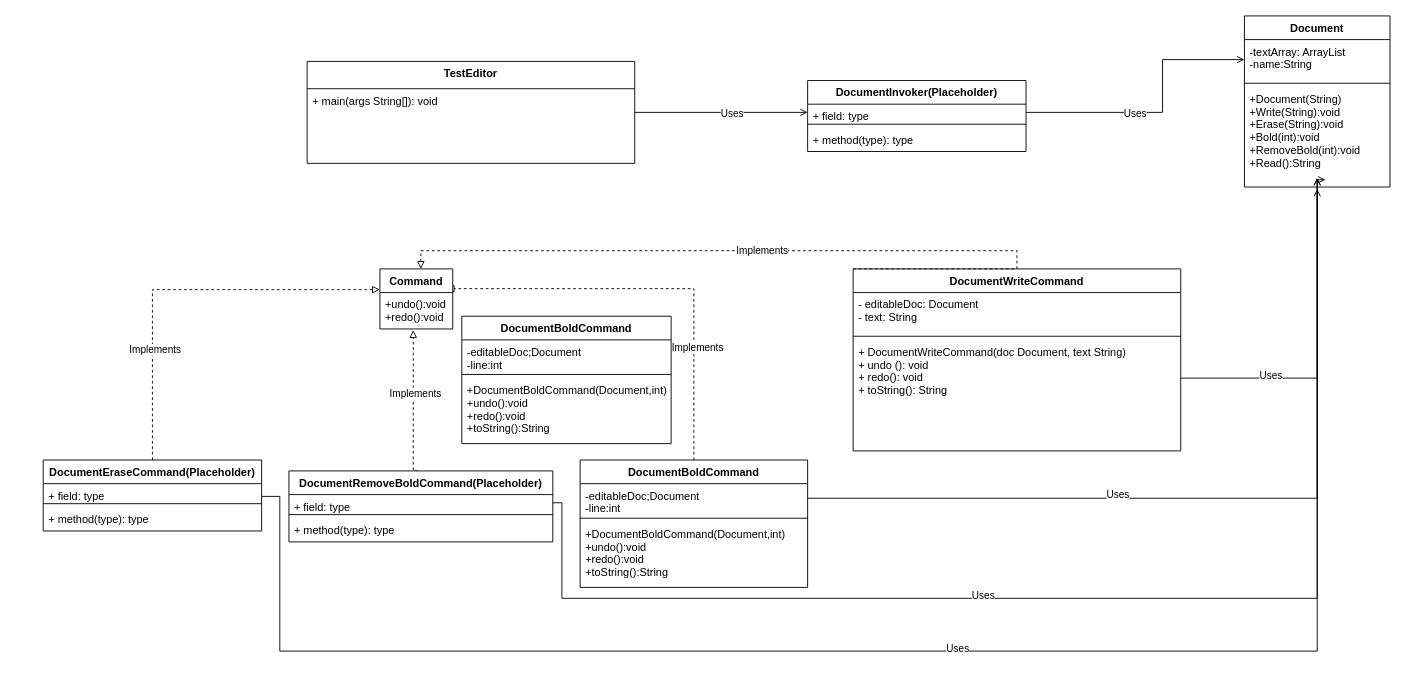
Above: Final_UML.drawio in Dragonwk/Team-3-UML-Project (draw.io), before the change. Source tidied: cells renumbered, new cells numbered last; positions are measured from the earlier drawing's top-left corner, leaving out a move shared by most shapes. Both pictures are drawn from the tidied source at 91%, with x=0, y=0 at pixel (43, 15).
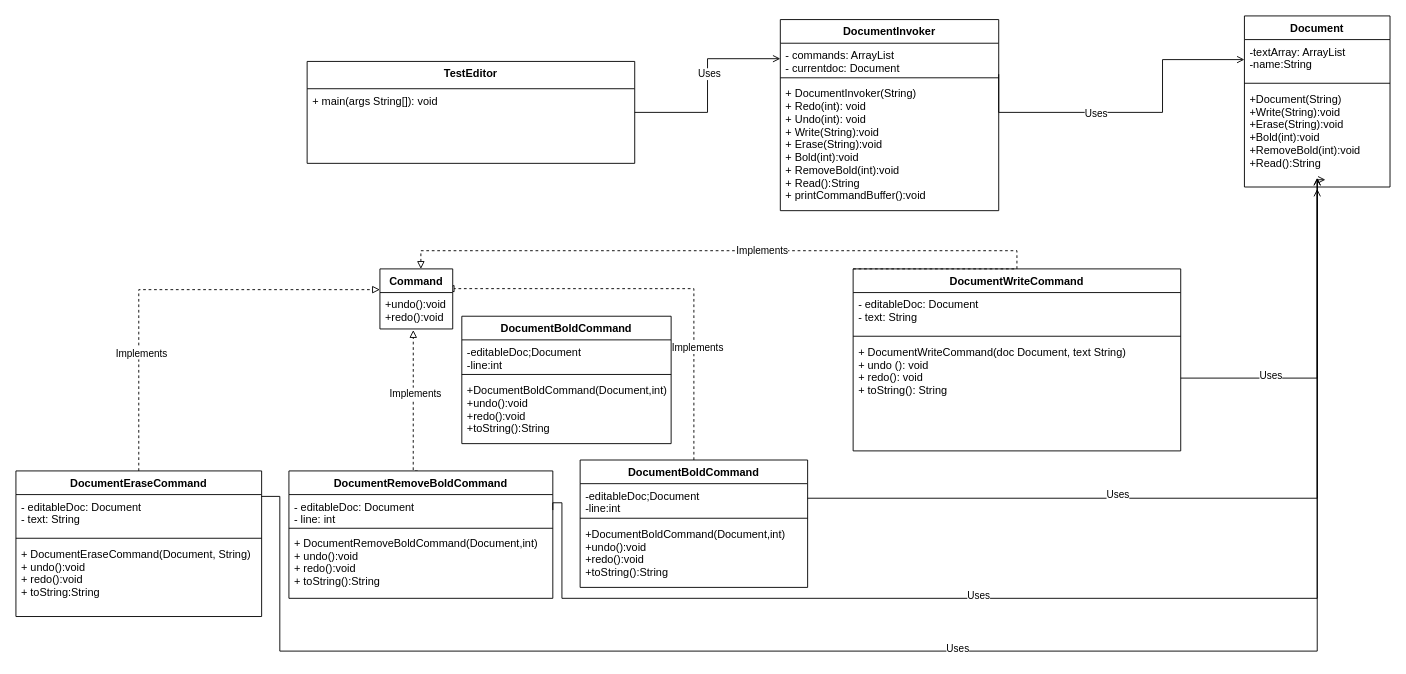
Above is the later version.

The change refers to these unchanged cells:
```xml
<mxCell id="11" value="-textArray: ArrayList&#10;-name:String" style="text;strokeColor=none;fillColor=none;align=left;verticalAlign=top;spacingLeft=4;spacingRight=4;overflow=hidden;points=[[0,0.5],[1,0.5]];portConstraint=eastwest;" parent="10" vertex="1">
  <mxGeometry y="26" width="160" height="44" as="geometry" />
</mxCell>
```

Diff of the diagram source:
```diff
@@
-    <mxCell id="22" value="DocumentEraseCommand(Placeholder)" style="swimlane;fontStyle=1;align=center;verticalAlign=top;horizontal=1;startSize=26;" parent="1" vertex="1">
-      <mxGeometry y="488" width="240" height="78" as="geometry" />
+    <mxCell id="22" value="DocumentEraseCommand" style="swimlane;fontStyle=1;align=center;verticalAlign=top;horizontal=1;startSize=26;" parent="1" vertex="1">
+      <mxGeometry x="-30" y="500" width="270" height="160" as="geometry" />
     </mxCell>
-    <mxCell id="23" value="+ field: type" style="text;strokeColor=none;fillColor=none;align=left;verticalAlign=top;spacingLeft=4;spacingRight=4;overflow=hidden;" parent="22" vertex="1">
-      <mxGeometry y="26" width="240" height="18" as="geometry" />
+    <mxCell id="23" value="- editableDoc: Document&#10;- text: String" style="text;strokeColor=none;fillColor=none;align=left;verticalAlign=top;spacingLeft=4;spacingRight=4;overflow=hidden;" parent="22" vertex="1">
+      <mxGeometry y="26" width="270" height="44" as="geometry" />
     </mxCell>
     <mxCell id="24" style="line;strokeWidth=1;fillColor=none;align=left;verticalAlign=middle;spacingTop=-1;spacingLeft=3;spacingRight=3;labelPosition=right;" parent="22" vertex="1">
-      <mxGeometry y="44" width="240" height="8" as="geometry" />
+      <mxGeometry y="70" width="270" height="8" as="geometry" />
     </mxCell>
-    <mxCell id="25" value="+ method(type): type" style="text;strokeColor=none;fillColor=none;align=left;verticalAlign=top;spacingLeft=4;spacingRight=4;overflow=hidden;" parent="22" vertex="1">
-      <mxGeometry y="52" width="240" height="26" as="geometry" />
+    <mxCell id="25" value="+ DocumentEraseCommand(Document, String)&#10;+ undo():void&#10;+ redo():void&#10;+ toString:String" style="text;strokeColor=none;fillColor=none;align=left;verticalAlign=top;spacingLeft=4;spacingRight=4;overflow=hidden;" parent="22" vertex="1">
+      <mxGeometry y="78" width="270" height="82" as="geometry" />
     </mxCell>
@@
-    <mxCell id="28" value="DocumentRemoveBoldCommand(Placeholder)" style="swimlane;fontStyle=1;align=center;verticalAlign=top;horizontal=1;startSize=26;" parent="1" vertex="1">
-      <mxGeometry x="270" y="500" width="290" height="78" as="geometry" />
+    <mxCell id="28" value="DocumentRemoveBoldCommand" style="swimlane;fontStyle=1;align=center;verticalAlign=top;horizontal=1;startSize=26;" parent="1" vertex="1">
+      <mxGeometry x="270" y="500" width="290" height="140" as="geometry" />
     </mxCell>
-    <mxCell id="29" value="+ field: type" style="text;strokeColor=none;fillColor=none;align=left;verticalAlign=top;spacingLeft=4;spacingRight=4;overflow=hidden;points=[[0,0.5],[1,0.5]];portConstraint=eastwest;" parent="28" vertex="1">
-      <mxGeometry y="26" width="290" height="18" as="geometry" />
+    <mxCell id="29" value="- editableDoc: Document&#10;- line: int&#10;&#10;" style="text;strokeColor=none;fillColor=none;align=left;verticalAlign=top;spacingLeft=4;spacingRight=4;overflow=hidden;points=[[0,0.5],[1,0.5]];portConstraint=eastwest;" parent="28" vertex="1">
+      <mxGeometry y="26" width="290" height="34" as="geometry" />
     </mxCell>
     <mxCell id="30" style="line;strokeWidth=1;fillColor=none;align=left;verticalAlign=middle;spacingTop=-1;spacingLeft=3;spacingRight=3;labelPosition=right;" parent="28" vertex="1">
-      <mxGeometry y="44" width="290" height="8" as="geometry" />
+      <mxGeometry y="60" width="290" height="6" as="geometry" />
     </mxCell>
-    <mxCell id="31" value="+ method(type): type" style="text;strokeColor=none;fillColor=none;align=left;verticalAlign=top;spacingLeft=4;spacingRight=4;overflow=hidden;" parent="28" vertex="1">
-      <mxGeometry y="52" width="290" height="26" as="geometry" />
+    <mxCell id="31" value="+ DocumentRemoveBoldCommand(Document,int)&#10;+ undo():void&#10;+ redo():void&#10;+ toString():String" style="text;strokeColor=none;fillColor=none;align=left;verticalAlign=top;spacingLeft=4;spacingRight=4;overflow=hidden;" parent="28" vertex="1">
+      <mxGeometry y="66" width="290" height="74" as="geometry" />
     </mxCell>
-    <mxCell id="32" value="DocumentInvoker(Placeholder)" style="swimlane;fontStyle=1;align=center;verticalAlign=top;horizontal=1;startSize=26;" parent="1" vertex="1">
-      <mxGeometry x="840" y="71" width="240" height="78" as="geometry" />
+    <mxCell id="32" value="DocumentInvoker" style="swimlane;fontStyle=1;align=center;verticalAlign=top;horizontal=1;startSize=26;" parent="1" vertex="1">
+      <mxGeometry x="810" y="4" width="240" height="210" as="geometry" />
     </mxCell>
-    <mxCell id="33" value="+ field: type" style="text;strokeColor=none;fillColor=none;align=left;verticalAlign=top;spacingLeft=4;spacingRight=4;overflow=hidden;points=[[0,0.5],[1,0.5]];portConstraint=eastwest;" parent="32" vertex="1">
-      <mxGeometry y="26" width="240" height="18" as="geometry" />
+    <mxCell id="33" value="- commands: ArrayList&#10;- currentdoc: Document" style="text;strokeColor=none;fillColor=none;align=left;verticalAlign=top;spacingLeft=4;spacingRight=4;overflow=hidden;points=[[0,0.5],[1,0.5]];portConstraint=eastwest;" parent="32" vertex="1">
+      <mxGeometry y="26" width="240" height="34" as="geometry" />
     </mxCell>
     <mxCell id="34" style="line;strokeWidth=1;fillColor=none;align=left;verticalAlign=middle;spacingTop=-1;spacingLeft=3;spacingRight=3;labelPosition=right;" parent="32" vertex="1">
-      <mxGeometry y="44" width="240" height="8" as="geometry" />
+      <mxGeometry y="60" width="240" height="8" as="geometry" />
     </mxCell>
-    <mxCell id="35" value="+ method(type): type" style="text;strokeColor=none;fillColor=none;align=left;verticalAlign=top;spacingLeft=4;spacingRight=4;overflow=hidden;" parent="32" vertex="1">
-      <mxGeometry y="52" width="240" height="26" as="geometry" />
+    <mxCell id="35" value="+ DocumentInvoker(String)&#10;+ Redo(int): void&#10;+ Undo(int): void&#10;+ Write(String):void&#10;+ Erase(String):void&#10;+ Bold(int):void&#10;+ RemoveBold(int):void&#10;+ Read():String&#10;+ printCommandBuffer():void" style="text;strokeColor=none;fillColor=none;align=left;verticalAlign=top;spacingLeft=4;spacingRight=4;overflow=hidden;" parent="32" vertex="1">
+      <mxGeometry y="68" width="240" height="142" as="geometry" />
     </mxCell>
@@
     <mxCell id="38" style="edgeStyle=orthogonalEdgeStyle;rounded=0;jettySize=auto;html=1;entryX=0;entryY=0.5;entryDx=0;entryDy=0;endArrow=open;endFill=0;" parent="1" edge="1" source="33" target="11">
       <mxGeometry relative="1" as="geometry">
         <Array as="points">
+          <mxPoint x="1050" y="106" />
           <mxPoint x="1230" y="106" />
           <mxPoint x="1230" y="48" />
         </Array>
       </mxGeometry>
     </mxCell>
```
